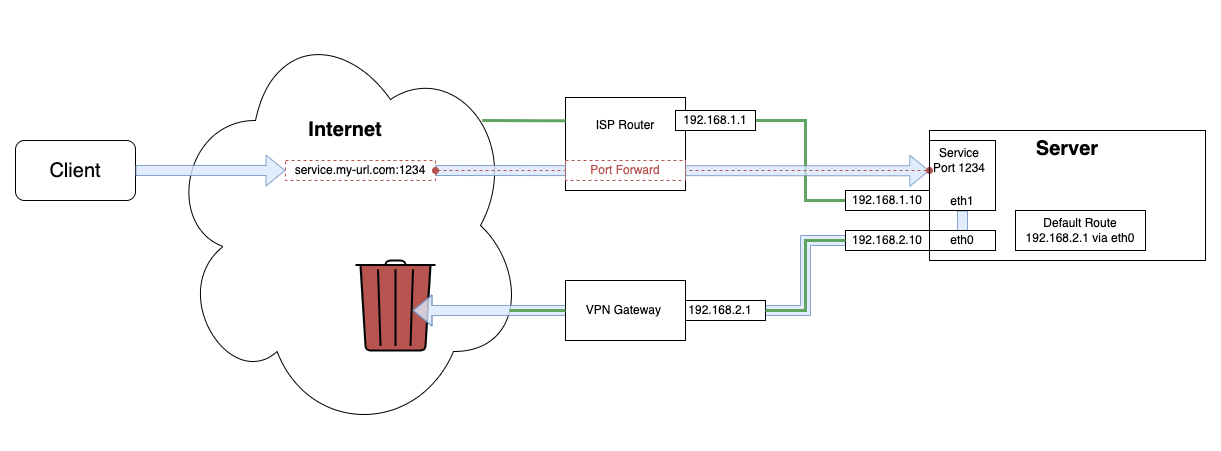
Above: assets/got.png in mietzen/split-gateway (draw.io), before the change. Source tidied: cells renumbered, new cells last; positions are measured from the earlier drawing's top-left corner, leaving out a move shared by most shapes.
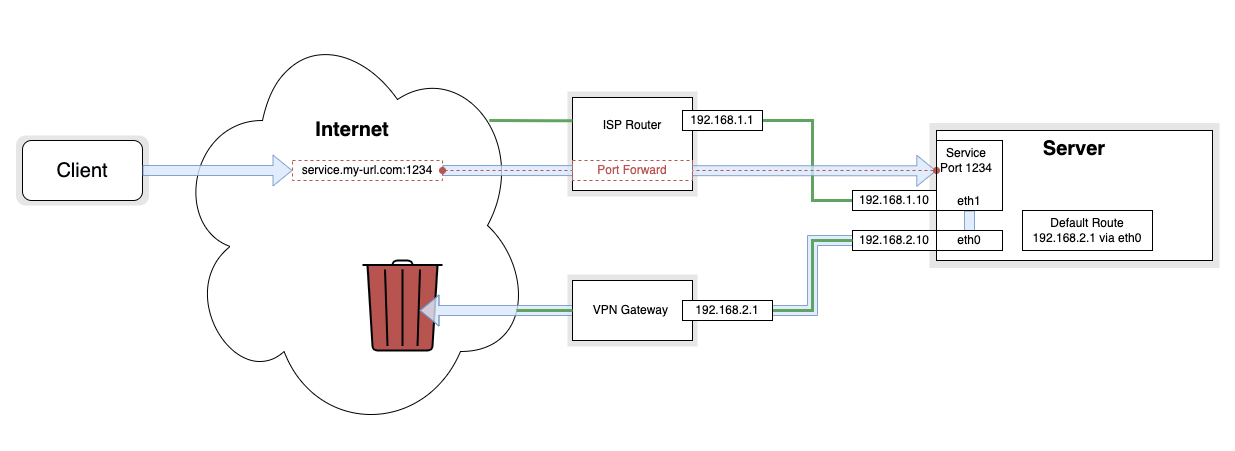
Above is the later version.

What changed in the source:
```diff
@@ -2,95 +2,107 @@
   <root>
     <mxCell id="0" />
     <mxCell id="1" parent="0" />
-    <mxCell id="2" style="edgeStyle=orthogonalEdgeStyle;rounded=0;jettySize=auto;html=1;exitX=1;exitY=0.5;exitDx=0;exitDy=0;entryX=0;entryY=0.5;entryDx=0;entryDy=0;endArrow=none;endFill=0;strokeWidth=3;strokeColor=#60A461;" parent="1" edge="1" source="10" target="3">
-      <mxGeometry relative="1" as="geometry">
-        <Array as="points">
-          <mxPoint x="790" y="105" />
-          <mxPoint x="790" y="185" />
-        </Array>
-      </mxGeometry>
+    <mxCell id="2" style="rounded=1;whiteSpace=wrap;html=1;fontSize=20;fontColor=#000305;strokeColor=none;fillColor=#E6E6E6;arcSize=14;" parent="1" vertex="1">
+      <mxGeometry x="-6.5" y="120" width="133" height="70" as="geometry" />
     </mxCell>
-    <mxCell id="3" value="192.168.1.10" style="rounded=0;whiteSpace=wrap;html=1;" parent="1" vertex="1">
-      <mxGeometry x="830" y="175" width="84" height="20" as="geometry" />
+    <mxCell id="3" style="rounded=1;whiteSpace=wrap;html=1;fontSize=20;fontColor=#000305;strokeColor=none;fillColor=#E6E6E6;arcSize=0;" parent="1" vertex="1">
+      <mxGeometry x="545" y="76" width="130" height="105" as="geometry" />
     </mxCell>
-    <mxCell id="4" value="&lt;font style=&quot;font-size: 20px;&quot;&gt;&lt;br&gt;&lt;br&gt;&lt;br&gt;&lt;br&gt;&lt;b&gt;&lt;font style=&quot;font-size: 20px;&quot;&gt;Internet&lt;/font&gt;&lt;/b&gt;&lt;/font&gt;" style="ellipse;shape=cloud;whiteSpace=wrap;html=1;rounded=0;verticalAlign=top;" parent="1" vertex="1">
-      <mxGeometry x="150" width="360" height="420" as="geometry" />
+    <mxCell id="4" style="rounded=1;whiteSpace=wrap;html=1;fontSize=20;fontColor=#000305;strokeColor=none;fillColor=#E6E6E6;arcSize=0;" parent="1" vertex="1">
+      <mxGeometry x="545" y="259.1" width="130" height="71.9" as="geometry" />
     </mxCell>
-    <mxCell id="5" style="shape=flexArrow;endArrow=classic;html=1;rounded=0;fontSize=20;fontColor=#B85450;fillColor=#dae8fc;strokeColor=#6c8ebf;opacity=80;entryX=-0.003;entryY=0.433;entryDx=0;entryDy=0;exitX=1;exitY=0.5;exitDx=0;exitDy=0;entryPerimeter=0;" parent="1" edge="1" source="22" target="14">
-      <mxGeometry relative="1" as="geometry" />
+    <mxCell id="5" style="rounded=1;whiteSpace=wrap;html=1;fontSize=20;fontColor=#000305;strokeColor=none;fillColor=#E6E6E6;arcSize=0;" parent="1" vertex="1">
+      <mxGeometry x="907" y="107.5" width="290" height="145" as="geometry" />
     </mxCell>
-    <mxCell id="6" value="&lt;b&gt;&lt;font style=&quot;font-size: 20px;&quot;&gt;Server&lt;/font&gt;&lt;/b&gt;" style="rounded=0;whiteSpace=wrap;html=1;align=center;verticalAlign=top;" parent="1" vertex="1">
-      <mxGeometry x="914" y="115" width="276" height="130" as="geometry" />
+    <mxCell id="6" style="edgeStyle=orthogonalEdgeStyle;rounded=0;jettySize=auto;html=1;exitX=1;exitY=0.5;exitDx=0;exitDy=0;entryX=0;entryY=0.5;entryDx=0;entryDy=0;endArrow=none;endFill=0;strokeWidth=3;strokeColor=#60A461;" parent="1" edge="1" source="14" target="7">
+      <mxGeometry relative="1" as="geometry">
+        <Array as="points">
+          <mxPoint x="790" y="105" />
+          <mxPoint x="790" y="185" />
+        </Array>
+      </mxGeometry>
     </mxCell>
-    <mxCell id="7" style="html=1;verticalLabelPosition=bottom;align=center;labelBackgroundColor=#ffffff;verticalAlign=top;strokeWidth=2;strokeColor=#000305;shadow=0;dashed=0;shape=mxgraph.ios7.icons.trashcan;fontSize=20;fontColor=#B85450;fillColor=#B85450;" parent="1" vertex="1">
-      <mxGeometry x="340" y="245" width="80" height="90" as="geometry" />
+    <mxCell id="7" value="192.168.1.10" style="rounded=0;whiteSpace=wrap;html=1;" parent="1" vertex="1">
+      <mxGeometry x="830" y="175" width="84" height="20" as="geometry" />
     </mxCell>
-    <mxCell id="8" style="shape=flexArrow;endArrow=classic;html=1;rounded=0;fontSize=20;fontColor=#B85450;fillColor=#dae8fc;strokeColor=#6c8ebf;opacity=80;exitX=0.5;exitY=1;exitDx=0;exitDy=0;" parent="1" edge="1" source="14">
-      <mxGeometry relative="1" as="geometry">
-        <mxPoint x="397" y="295" as="targetPoint" />
-        <Array as="points">
-          <mxPoint x="947" y="226" />
-          <mxPoint x="830" y="225" />
-          <mxPoint x="790" y="225" />
-          <mxPoint x="790" y="295" />
-          <mxPoint x="740" y="295" />
-        </Array>
-      </mxGeometry>
+    <mxCell id="8" value="&lt;font style=&quot;font-size: 20px;&quot;&gt;&lt;br&gt;&lt;br&gt;&lt;br&gt;&lt;br&gt;&lt;b&gt;&lt;font style=&quot;font-size: 20px;&quot;&gt;Internet&lt;/font&gt;&lt;/b&gt;&lt;/font&gt;" style="ellipse;shape=cloud;whiteSpace=wrap;html=1;rounded=0;verticalAlign=top;" parent="1" vertex="1">
+      <mxGeometry x="150" width="360" height="420" as="geometry" />
     </mxCell>
-    <mxCell id="9" value="&lt;br&gt;ISP Router" style="rounded=0;whiteSpace=wrap;html=1;verticalAlign=top;" parent="1" vertex="1">
-      <mxGeometry x="550" y="82" width="120" height="93" as="geometry" />
+    <mxCell id="9" style="shape=flexArrow;endArrow=classic;html=1;rounded=0;fontSize=20;fontColor=#B85450;fillColor=#dae8fc;strokeColor=#6c8ebf;opacity=80;entryX=-0.003;entryY=0.433;entryDx=0;entryDy=0;exitX=1;exitY=0.5;exitDx=0;exitDy=0;entryPerimeter=0;" parent="1" edge="1" source="25" target="18">
+      <mxGeometry relative="1" as="geometry" />
     </mxCell>
-    <mxCell id="10" value="192.168.1.1" style="rounded=0;whiteSpace=wrap;html=1;" parent="1" vertex="1">
-      <mxGeometry x="660" y="95" width="80" height="20" as="geometry" />
+    <mxCell id="10" value="&lt;b&gt;&lt;font style=&quot;font-size: 20px;&quot;&gt;Server&lt;/font&gt;&lt;/b&gt;" style="rounded=0;whiteSpace=wrap;html=1;align=center;verticalAlign=top;" parent="1" vertex="1">
+      <mxGeometry x="914" y="115" width="276" height="130" as="geometry" />
     </mxCell>
-    <mxCell id="11" value="Default Route&lt;br&gt;192.168.2.1 via eth0" style="text;html=1;strokeColor=default;fillColor=none;align=center;verticalAlign=middle;whiteSpace=wrap;rounded=0;" parent="1" vertex="1">
-      <mxGeometry x="1000" y="195" width="130" height="40" as="geometry" />
+    <mxCell id="11" style="html=1;verticalLabelPosition=bottom;align=center;labelBackgroundColor=#ffffff;verticalAlign=top;strokeWidth=2;strokeColor=#000305;shadow=0;dashed=0;shape=mxgraph.ios7.icons.trashcan;fontSize=20;fontColor=#B85450;fillColor=#B85450;" parent="1" vertex="1">
+      <mxGeometry x="340" y="245" width="80" height="90" as="geometry" />
     </mxCell>
-    <mxCell id="12" value="Service&lt;br&gt;Port 1234" style="text;html=1;strokeColor=none;fillColor=none;align=center;verticalAlign=middle;whiteSpace=wrap;rounded=0;" parent="1" vertex="1">
-      <mxGeometry x="914" y="125" width="60" height="40" as="geometry" />
+    <mxCell id="12" style="shape=flexArrow;endArrow=classic;html=1;rounded=0;fontSize=20;fontColor=#B85450;fillColor=#dae8fc;strokeColor=#6c8ebf;opacity=80;exitX=0.5;exitY=1;exitDx=0;exitDy=0;" parent="1" edge="1" source="18">
+      <mxGeometry relative="1" as="geometry">
+        <mxPoint x="397" y="295" as="targetPoint" />
+        <Array as="points">
+          <mxPoint x="947" y="226" />
+          <mxPoint x="830" y="225" />
+          <mxPoint x="790" y="225" />
+          <mxPoint x="790" y="295" />
+          <mxPoint x="740" y="295" />
+        </Array>
+      </mxGeometry>
     </mxCell>
-    <mxCell id="13" style="edgeStyle=orthogonalEdgeStyle;rounded=0;jettySize=auto;html=1;exitX=0;exitY=0.75;exitDx=0;exitDy=0;entryX=1;entryY=0.5;entryDx=0;entryDy=0;endArrow=oval;endFill=1;dashed=1;startArrow=oval;startFill=1;fillColor=#f8cecc;strokeColor=#b85450;" parent="1" edge="1" source="12" target="22">
-      <mxGeometry relative="1" as="geometry" />
+    <mxCell id="13" value="&lt;br&gt;ISP Router" style="rounded=0;whiteSpace=wrap;html=1;verticalAlign=top;" parent="1" vertex="1">
+      <mxGeometry x="550" y="82" width="120" height="93" as="geometry" />
     </mxCell>
-    <mxCell id="14" value="eth1" style="text;html=1;strokeColor=default;fillColor=none;align=center;verticalAlign=bottom;whiteSpace=wrap;rounded=0;" parent="1" vertex="1">
-      <mxGeometry x="914" y="125" width="66" height="70" as="geometry" />
+    <mxCell id="14" value="192.168.1.1" style="rounded=0;whiteSpace=wrap;html=1;" parent="1" vertex="1">
+      <mxGeometry x="660" y="95" width="80" height="20" as="geometry" />
     </mxCell>
-    <mxCell id="15" value="&lt;font color=&quot;#000305&quot;&gt;Client&lt;/font&gt;" style="rounded=1;whiteSpace=wrap;html=1;fontSize=20;fontColor=#B85450;strokeColor=#000305;fillColor=default;" parent="1" vertex="1">
-      <mxGeometry y="125" width="120" height="60" as="geometry" />
+    <mxCell id="15" value="Default Route&lt;br&gt;192.168.2.1 via eth0" style="text;html=1;strokeColor=default;fillColor=none;align=center;verticalAlign=middle;whiteSpace=wrap;rounded=0;" parent="1" vertex="1">
+      <mxGeometry x="1000" y="195" width="130" height="40" as="geometry" />
     </mxCell>
-    <mxCell id="16" style="shape=flexArrow;endArrow=classic;html=1;rounded=0;fontSize=20;fontColor=#B85450;fillColor=#dae8fc;strokeColor=#6c8ebf;opacity=80;exitX=1;exitY=0.5;exitDx=0;exitDy=0;" parent="1" edge="1" source="15">
-      <mxGeometry relative="1" as="geometry">
-        <mxPoint x="270" y="155" as="targetPoint" />
-      </mxGeometry>
+    <mxCell id="16" value="Service&lt;br&gt;Port 1234" style="text;html=1;strokeColor=none;fillColor=none;align=center;verticalAlign=middle;whiteSpace=wrap;rounded=0;" parent="1" vertex="1">
+      <mxGeometry x="914" y="125" width="60" height="40" as="geometry" />
     </mxCell>
-    <mxCell id="17" value="&lt;font color=&quot;#b85450&quot;&gt;Port Forward&lt;/font&gt;" style="rounded=0;whiteSpace=wrap;html=1;dashed=1;strokeColor=#B85450;" parent="1" vertex="1">
-      <mxGeometry x="550" y="145" width="120" height="20" as="geometry" />
+    <mxCell id="17" style="edgeStyle=orthogonalEdgeStyle;rounded=0;jettySize=auto;html=1;exitX=0;exitY=0.75;exitDx=0;exitDy=0;entryX=1;entryY=0.5;entryDx=0;entryDy=0;endArrow=oval;endFill=1;dashed=1;startArrow=oval;startFill=1;fillColor=#f8cecc;strokeColor=#b85450;" parent="1" edge="1" source="16" target="25">
+      <mxGeometry relative="1" as="geometry" />
     </mxCell>
-    <mxCell id="18" value="192.168.2.10" style="rounded=0;whiteSpace=wrap;html=1;" parent="1" vertex="1">
-      <mxGeometry x="830" y="215" width="84" height="20" as="geometry" />
+    <mxCell id="18" value="eth1" style="text;html=1;strokeColor=default;fillColor=none;align=center;verticalAlign=bottom;whiteSpace=wrap;rounded=0;" parent="1" vertex="1">
+      <mxGeometry x="914" y="125" width="66" height="70" as="geometry" />
     </mxCell>
-    <mxCell id="19" value="eth0" style="text;html=1;strokeColor=default;fillColor=default;align=center;verticalAlign=middle;whiteSpace=wrap;rounded=0;" parent="1" vertex="1">
-      <mxGeometry x="914" y="215" width="66" height="20" as="geometry" />
+    <mxCell id="19" value="&lt;font color=&quot;#000305&quot;&gt;Client&lt;/font&gt;" style="rounded=1;whiteSpace=wrap;html=1;fontSize=20;fontColor=#B85450;strokeColor=#000305;fillColor=default;" parent="1" vertex="1">
+      <mxGeometry y="125" width="120" height="60" as="geometry" />
     </mxCell>
-    <mxCell id="20" value="192.168.2.1" style="rounded=0;whiteSpace=wrap;html=1;" parent="1" vertex="1">
-      <mxGeometry x="660" y="285" width="90" height="20" as="geometry" />
+    <mxCell id="20" style="shape=flexArrow;endArrow=classic;html=1;rounded=0;fontSize=20;fontColor=#B85450;fillColor=#dae8fc;strokeColor=#6c8ebf;opacity=80;exitX=1;exitY=0.5;exitDx=0;exitDy=0;" parent="1" edge="1" source="19">
+      <mxGeometry relative="1" as="geometry">
+        <mxPoint x="270" y="155" as="targetPoint" />
+      </mxGeometry>
     </mxCell>
-    <mxCell id="21" value="VPN Gateway&amp;nbsp;" style="rounded=0;whiteSpace=wrap;html=1;" parent="1" vertex="1">
-      <mxGeometry x="550" y="265" width="120" height="60" as="geometry" />
+    <mxCell id="21" value="&lt;font color=&quot;#b85450&quot;&gt;Port Forward&lt;/font&gt;" style="rounded=0;whiteSpace=wrap;html=1;dashed=1;strokeColor=#B85450;" parent="1" vertex="1">
+      <mxGeometry x="550" y="145" width="120" height="20" as="geometry" />
     </mxCell>
-    <mxCell id="22" value="service.my-url.com:1234" style="text;html=1;strokeColor=#B85450;fillColor=none;align=center;verticalAlign=middle;whiteSpace=wrap;rounded=0;dashed=1;" parent="1" vertex="1">
-      <mxGeometry x="270" y="145" width="150" height="20" as="geometry" />
+    <mxCell id="22" value="192.168.2.10" style="rounded=0;whiteSpace=wrap;html=1;" parent="1" vertex="1">
+      <mxGeometry x="830" y="215" width="84" height="20" as="geometry" />
     </mxCell>
-    <mxCell id="23" style="edgeStyle=orthogonalEdgeStyle;rounded=0;jettySize=auto;html=1;endArrow=none;endFill=0;entryX=0.88;entryY=0.25;entryDx=0;entryDy=0;entryPerimeter=0;exitX=0;exitY=0.25;exitDx=0;exitDy=0;strokeWidth=3;strokeColor=#60A461;" parent="1" edge="1" source="9" target="4">
-      <mxGeometry relative="1" as="geometry" />
+    <mxCell id="23" value="eth0" style="text;html=1;strokeColor=default;fillColor=default;align=center;verticalAlign=middle;whiteSpace=wrap;rounded=0;" parent="1" vertex="1">
+      <mxGeometry x="914" y="215" width="66" height="20" as="geometry" />
     </mxCell>
-    <mxCell id="24" style="edgeStyle=orthogonalEdgeStyle;rounded=0;jettySize=auto;html=1;exitX=0;exitY=0.5;exitDx=0;exitDy=0;entryX=1;entryY=0.5;entryDx=0;entryDy=0;endArrow=none;endFill=0;strokeWidth=3;strokeColor=#60A461;" parent="1" edge="1" source="18" target="20">
-      <mxGeometry relative="1" as="geometry" />
+    <mxCell id="24" value="VPN Gateway&amp;nbsp;" style="rounded=0;whiteSpace=wrap;html=1;" parent="1" vertex="1">
+      <mxGeometry x="550" y="265" width="120" height="60" as="geometry" />
     </mxCell>
-    <mxCell id="25" style="edgeStyle=orthogonalEdgeStyle;rounded=0;jettySize=auto;html=1;endArrow=none;endFill=0;exitX=0;exitY=0.5;exitDx=0;exitDy=0;strokeWidth=3;strokeColor=#60A461;" parent="1" edge="1" source="21">
-      <mxGeometry relative="1" as="geometry">
-        <mxPoint x="494" y="295" as="targetPoint" />
-      </mxGeometry>
+    <mxCell id="25" value="service.my-url.com:1234" style="text;html=1;strokeColor=#B85450;fillColor=none;align=center;verticalAlign=middle;whiteSpace=wrap;rounded=0;dashed=1;" parent="1" vertex="1">
+      <mxGeometry x="270" y="145" width="150" height="20" as="geometry" />
     </mxCell>
+    <mxCell id="26" style="edgeStyle=orthogonalEdgeStyle;rounded=0;jettySize=auto;html=1;endArrow=none;endFill=0;entryX=0.88;entryY=0.25;entryDx=0;entryDy=0;entryPerimeter=0;exitX=0;exitY=0.25;exitDx=0;exitDy=0;strokeWidth=3;strokeColor=#60A461;" parent="1" edge="1" source="13" target="8">
+      <mxGeometry relative="1" as="geometry" />
+    </mxCell>
+    <mxCell id="27" style="edgeStyle=orthogonalEdgeStyle;rounded=0;jettySize=auto;html=1;exitX=0;exitY=0.5;exitDx=0;exitDy=0;entryX=1;entryY=0.5;entryDx=0;entryDy=0;endArrow=none;endFill=0;strokeWidth=3;strokeColor=#60A461;" parent="1" edge="1" source="22" target="29">
+      <mxGeometry relative="1" as="geometry" />
+    </mxCell>
+    <mxCell id="28" style="edgeStyle=orthogonalEdgeStyle;rounded=0;jettySize=auto;html=1;endArrow=none;endFill=0;exitX=0;exitY=0.5;exitDx=0;exitDy=0;strokeWidth=3;strokeColor=#60A461;" parent="1" edge="1" source="24">
+      <mxGeometry relative="1" as="geometry">
+        <mxPoint x="494" y="295" as="targetPoint" />
+      </mxGeometry>
+    </mxCell>
+    <mxCell id="29" value="192.168.2.1" style="rounded=0;whiteSpace=wrap;html=1;" parent="1" vertex="1">
+      <mxGeometry x="660" y="285" width="90" height="20" as="geometry" />
+    </mxCell>
   </root>
 </mxGraphModel>
```
